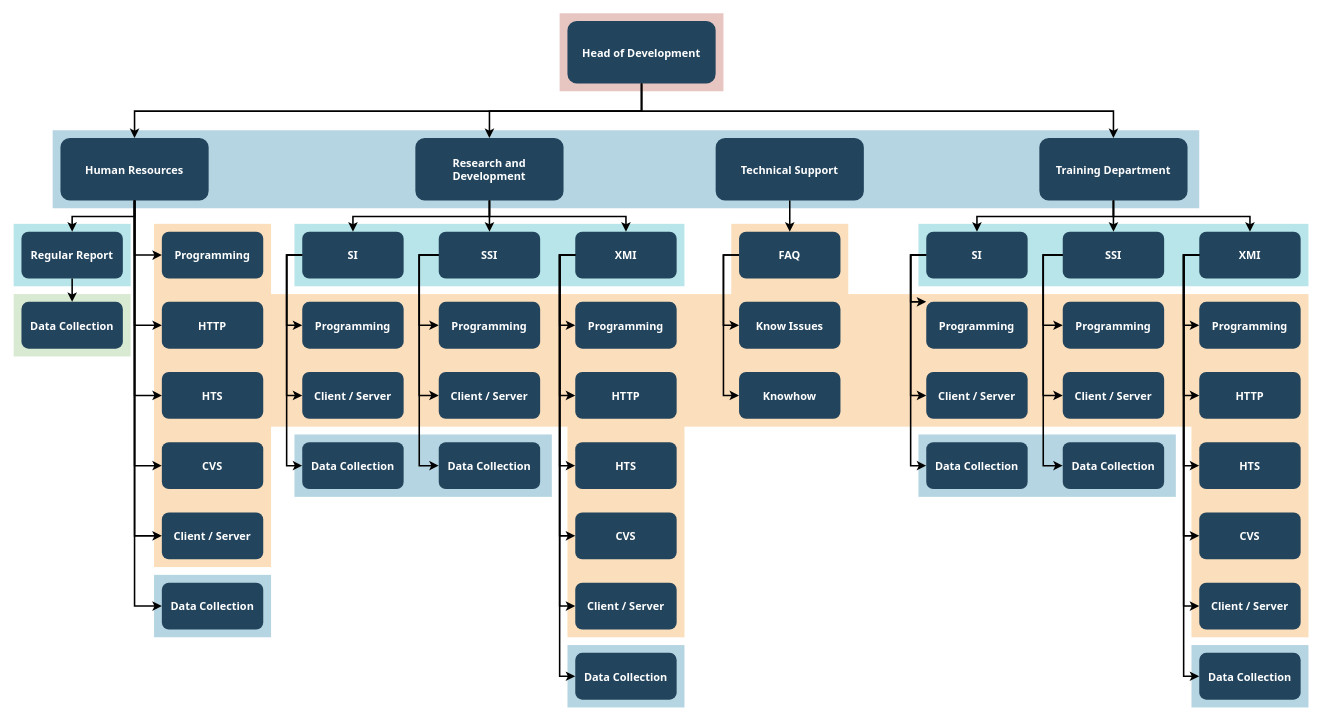
Before: nonaccountacess.drawio in to9passion/testpassion, a draw.io diagram. Source tidied: cells renumbered, new cells numbered last; positions are measured from the earlier drawing's top-left corner, leaving out a move shared by most shapes. Both pictures are drawn from the tidied source at 78%, with x=0, y=0 at pixel (13, 13).
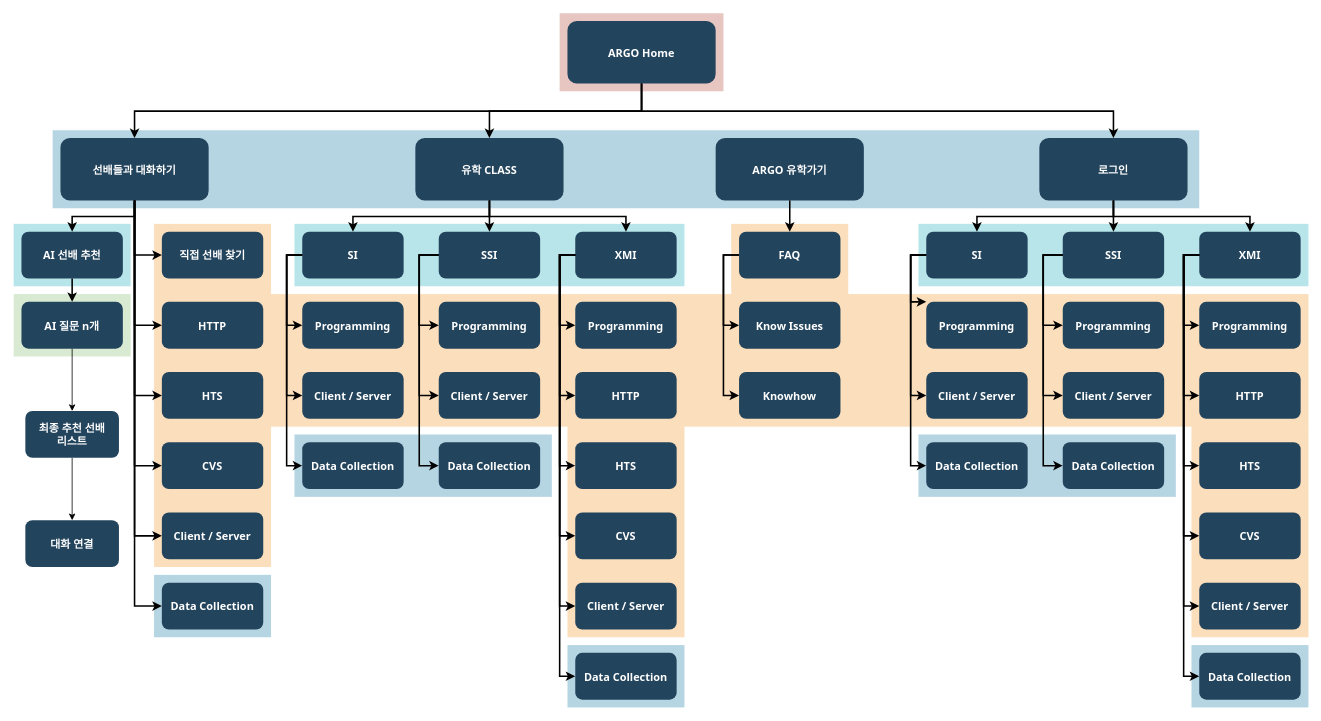
The same diagram, later.

The edit, as a diff of the source:
```diff
@@
-    <mxCell id="18" value="Head of Development" style="rounded=1;fillColor=#23445D;gradientColor=none;strokeColor=none;fontColor=#FFFFFF;fontStyle=1;fontFamily=Tahoma;fontSize=14;" parent="1" vertex="1">
+    <mxCell id="18" value="ARGO Home" style="rounded=1;fillColor=#23445D;gradientColor=none;strokeColor=none;fontColor=#FFFFFF;fontStyle=1;fontFamily=Tahoma;fontSize=14;" parent="1" vertex="1">
       <mxGeometry x="710" y="9.5" width="190" height="80" as="geometry" />
     </mxCell>
-    <mxCell id="19" value="Training Department" style="rounded=1;fillColor=#23445D;gradientColor=none;strokeColor=none;fontColor=#FFFFFF;fontStyle=1;fontFamily=Tahoma;fontSize=14;" parent="1" vertex="1">
+    <mxCell id="19" value="로그인" style="rounded=1;fillColor=#23445D;gradientColor=none;strokeColor=none;fontColor=#FFFFFF;fontStyle=1;fontFamily=Tahoma;fontSize=14;" parent="1" vertex="1">
       <mxGeometry x="1315" y="159.5" width="190" height="80" as="geometry" />
     </mxCell>
@@
-    <mxCell id="21" value="Technical Support" style="rounded=1;fillColor=#23445D;gradientColor=none;strokeColor=none;fontColor=#FFFFFF;fontStyle=1;fontFamily=Tahoma;fontSize=14;" parent="1" vertex="1">
+    <mxCell id="21" value="ARGO 유학가기" style="rounded=1;fillColor=#23445D;gradientColor=none;strokeColor=none;fontColor=#FFFFFF;fontStyle=1;fontFamily=Tahoma;fontSize=14;" parent="1" vertex="1">
       <mxGeometry x="900" y="159.5" width="190" height="80" as="geometry" />
     </mxCell>
-    <mxCell id="22" value="Research and &#10;Development" style="rounded=1;fillColor=#23445D;gradientColor=none;strokeColor=none;fontColor=#FFFFFF;fontStyle=1;fontFamily=Tahoma;fontSize=14;" parent="1" vertex="1">
+    <mxCell id="22" value="유학 CLASS" style="rounded=1;fillColor=#23445D;gradientColor=none;strokeColor=none;fontColor=#FFFFFF;fontStyle=1;fontFamily=Tahoma;fontSize=14;" parent="1" vertex="1">
       <mxGeometry x="515" y="159.5" width="190" height="80" as="geometry" />
     </mxCell>
-    <mxCell id="23" value="Human Resources" style="rounded=1;fillColor=#23445D;gradientColor=none;strokeColor=none;fontColor=#FFFFFF;fontStyle=1;fontFamily=Tahoma;fontSize=14;" parent="1" vertex="1">
+    <mxCell id="23" value="선배들과 대화하기" style="rounded=1;fillColor=#23445D;gradientColor=none;strokeColor=none;fontColor=#FFFFFF;fontStyle=1;fontFamily=Tahoma;fontSize=14;" parent="1" vertex="1">
       <mxGeometry x="60" y="159.5" width="190" height="80" as="geometry" />
     </mxCell>
-    <mxCell id="24" value="Regular Report" style="rounded=1;fillColor=#23445D;gradientColor=none;strokeColor=none;fontColor=#FFFFFF;fontStyle=1;fontFamily=Tahoma;fontSize=14;" parent="1" vertex="1">
+    <mxCell id="24" value="AI 선배 추천" style="rounded=1;fillColor=#23445D;gradientColor=none;strokeColor=none;fontColor=#FFFFFF;fontStyle=1;fontFamily=Tahoma;fontSize=14;" parent="1" vertex="1">
       <mxGeometry x="10" y="279.5" width="130" height="60" as="geometry" />
     </mxCell>
+    <mxCell id="108" style="edgeStyle=orthogonalEdgeStyle;rounded=0;jettySize=auto;html=1;" parent="1" edge="1" source="25" target="110">
+      <mxGeometry relative="1" as="geometry" />
+    </mxCell>
-    <mxCell id="25" value="Data Collection" style="rounded=1;fillColor=#23445D;gradientColor=none;strokeColor=none;fontColor=#FFFFFF;fontStyle=1;fontFamily=Tahoma;fontSize=14;" parent="1" vertex="1">
+    <mxCell id="25" value="AI 질문 n개" style="rounded=1;fillColor=#23445D;gradientColor=none;strokeColor=none;fontColor=#FFFFFF;fontStyle=1;fontFamily=Tahoma;fontSize=14;" parent="1" vertex="1">
       <mxGeometry x="10" y="369.5" width="130" height="60" as="geometry" />
     </mxCell>
-    <mxCell id="26" value="Programming" style="rounded=1;fillColor=#23445D;gradientColor=none;strokeColor=none;fontColor=#FFFFFF;fontStyle=1;fontFamily=Tahoma;fontSize=14;" parent="1" vertex="1">
+    <mxCell id="26" value="직접 선배 찾기" style="rounded=1;fillColor=#23445D;gradientColor=none;strokeColor=none;fontColor=#FFFFFF;fontStyle=1;fontFamily=Tahoma;fontSize=14;" parent="1" vertex="1">
       <mxGeometry x="190" y="279.5" width="130" height="60" as="geometry" />
     </mxCell>
@@
+    <mxCell id="109" style="edgeStyle=orthogonalEdgeStyle;rounded=0;jettySize=auto;html=1;" parent="1" edge="1" source="110" target="111">
+      <mxGeometry relative="1" as="geometry" />
+    </mxCell>
+    <mxCell id="110" value="최종 추천 선배&lt;br&gt;리스트" style="whiteSpace=wrap;html=1;fontSize=14;fontFamily=Tahoma;fillColor=#23445D;strokeColor=none;fontColor=#FFFFFF;rounded=1;gradientColor=none;fontStyle=1;" parent="1" vertex="1">
+      <mxGeometry x="15" y="509.5" width="120" height="60" as="geometry" />
+    </mxCell>
+    <mxCell id="111" value="대화 연결" style="whiteSpace=wrap;html=1;fontSize=14;fontFamily=Tahoma;fillColor=#23445D;strokeColor=none;fontColor=#FFFFFF;rounded=1;gradientColor=none;fontStyle=1;" parent="1" vertex="1">
+      <mxGeometry x="15" y="649.5" width="120" height="60" as="geometry" />
+    </mxCell>
```
